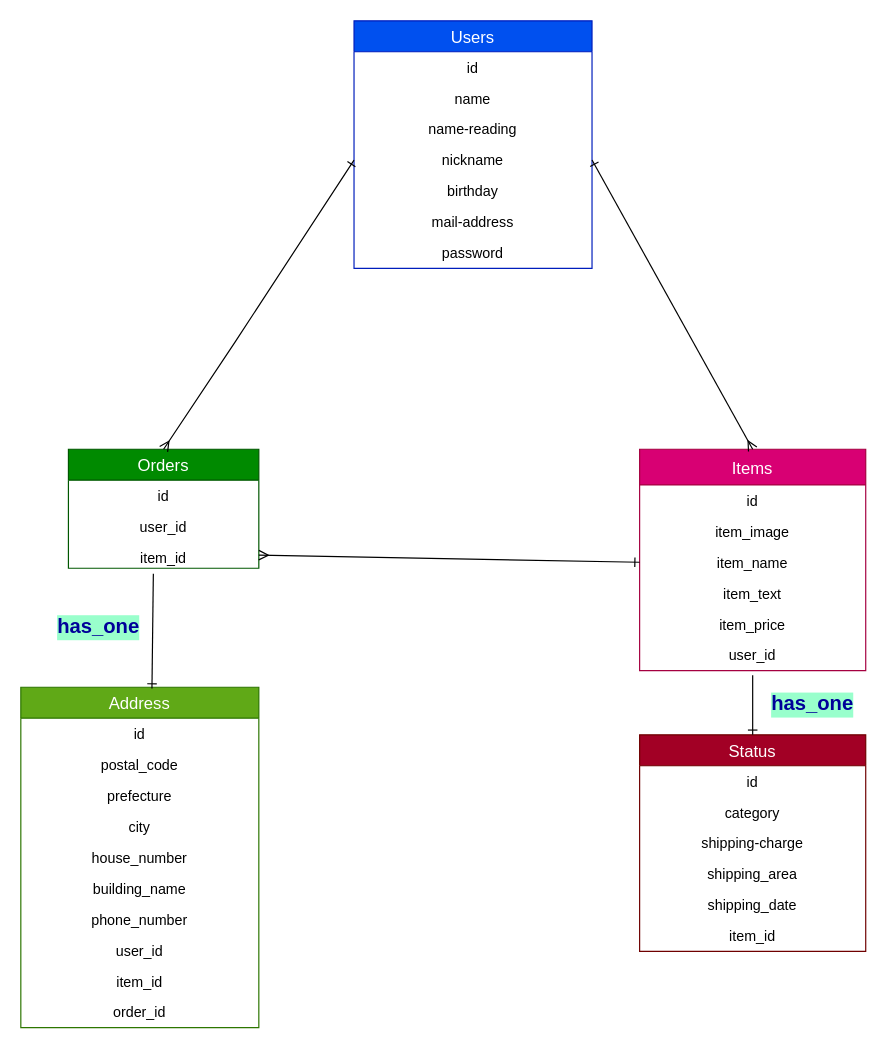
This is furima.dio from takechi-single/furima-29581, a draw.io file, before an edit. Source tidied: cells renumbered, new cells numbered last; positions are measured from the earlier drawing's top-left corner, leaving out a move shared by most shapes. Both pictures are drawn from the tidied source at 119%, with x=0, y=0 at pixel (20, 20).
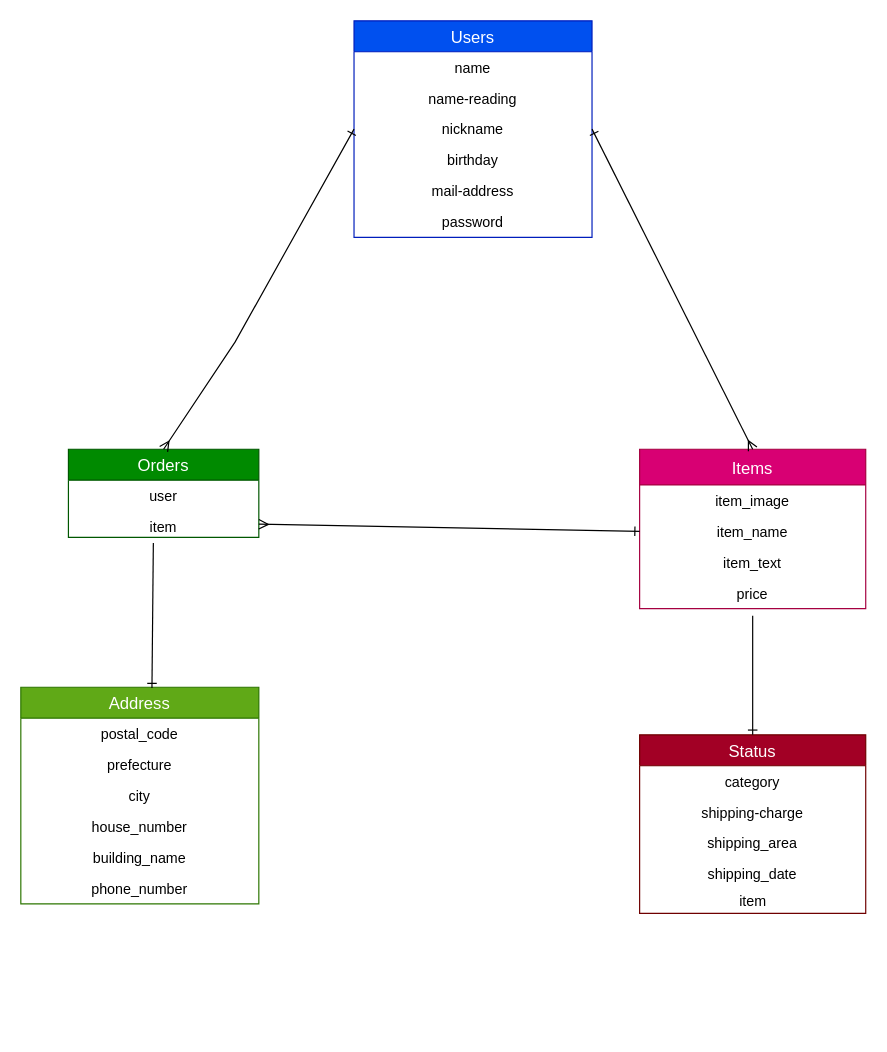
The same page after the edit.

Diff of the diagram source:
```diff
@@
     <mxCell id="2" value="Orders" style="swimlane;fontStyle=0;horizontal=1;startSize=26;align=center;fontSize=14;fillColor=#008a00;strokeColor=#005700;fontColor=#ffffff;" parent="1" vertex="1">
-      <mxGeometry x="40" y="360" width="160" height="100" as="geometry" />
+      <mxGeometry x="40" y="360" width="160" height="74" as="geometry" />
     </mxCell>
-    <mxCell id="3" value="id" style="text;strokeColor=none;fillColor=none;spacingLeft=4;spacingRight=4;overflow=hidden;fontSize=12;align=center;" parent="2" vertex="1">
-      <mxGeometry y="26" width="160" height="26" as="geometry" />
-    </mxCell>
-    <mxCell id="4" value="user_id" style="text;strokeColor=none;fillColor=none;spacingLeft=4;spacingRight=4;overflow=hidden;fontSize=12;align=center;" parent="2" vertex="1">
-      <mxGeometry y="52" width="160" height="26" as="geometry" />
+    <mxCell id="4" value="user" style="text;strokeColor=none;fillColor=none;spacingLeft=4;spacingRight=4;overflow=hidden;fontSize=12;align=center;" parent="2" vertex="1">
+      <mxGeometry y="26" width="160" height="26" as="geometry" />
     </mxCell>
-    <mxCell id="5" value="item_id" style="text;strokeColor=none;fillColor=none;spacingLeft=4;spacingRight=4;overflow=hidden;points=[[0,0.5],[1,0.5]];portConstraint=eastwest;fontSize=12;align=center;" parent="2" vertex="1">
-      <mxGeometry y="78" width="160" height="22" as="geometry" />
+    <mxCell id="5" value="item" style="text;strokeColor=none;fillColor=none;spacingLeft=4;spacingRight=4;overflow=hidden;points=[[0,0.5],[1,0.5]];portConstraint=eastwest;fontSize=12;align=center;" parent="2" vertex="1">
+      <mxGeometry y="52" width="160" height="22" as="geometry" />
     </mxCell>
     <mxCell id="6" value="Status" style="swimlane;fontStyle=0;horizontal=1;startSize=26;align=center;fontSize=14;fillColor=#a20025;strokeColor=#6F0000;fontColor=#ffffff;" parent="1" vertex="1">
-      <mxGeometry x="520" y="600" width="190" height="182" as="geometry" />
+      <mxGeometry x="520" y="600" width="190" height="150" as="geometry" />
     </mxCell>
-    <mxCell id="7" value="id" style="text;strokeColor=none;fillColor=none;spacingLeft=4;spacingRight=4;overflow=hidden;fontSize=12;align=center;" parent="6" vertex="1">
-      <mxGeometry y="26" width="190" height="26" as="geometry" />
-    </mxCell>
     <mxCell id="8" value="category" style="text;strokeColor=none;fillColor=none;spacingLeft=4;spacingRight=4;overflow=hidden;fontSize=12;align=center;" parent="6" vertex="1">
-      <mxGeometry y="52" width="190" height="26" as="geometry" />
+      <mxGeometry y="26" width="190" height="26" as="geometry" />
     </mxCell>
     <mxCell id="9" value="shipping-charge" style="text;strokeColor=none;fillColor=none;spacingLeft=4;spacingRight=4;overflow=hidden;fontSize=12;align=center;" parent="6" vertex="1">
-      <mxGeometry y="78" width="190" height="26" as="geometry" />
+      <mxGeometry y="52" width="190" height="26" as="geometry" />
     </mxCell>
     <mxCell id="10" value="shipping_area" style="text;strokeColor=none;fillColor=none;spacingLeft=4;spacingRight=4;overflow=hidden;fontSize=12;align=center;" parent="6" vertex="1">
-      <mxGeometry y="104" width="190" height="26" as="geometry" />
+      <mxGeometry y="78" width="190" height="26" as="geometry" />
     </mxCell>
     <mxCell id="11" value="shipping_date" style="text;strokeColor=none;fillColor=none;spacingLeft=4;spacingRight=4;overflow=hidden;fontSize=12;align=center;" parent="6" vertex="1">
-      <mxGeometry y="130" width="190" height="26" as="geometry" />
+      <mxGeometry y="104" width="190" height="26" as="geometry" />
     </mxCell>
-    <mxCell id="12" value="item_id" style="text;strokeColor=none;fillColor=none;spacingLeft=4;spacingRight=4;overflow=hidden;fontSize=12;align=center;" parent="6" vertex="1">
-      <mxGeometry y="156" width="190" height="26" as="geometry" />
-    </mxCell>
+    <mxCell id="47" value="item" style="text;html=1;align=center;verticalAlign=middle;" parent="6" vertex="1">
+      <mxGeometry y="130" width="190" height="20" as="geometry" />
+    </mxCell>
     <mxCell id="13" value="Items" style="swimlane;fontStyle=0;horizontal=1;startSize=30;align=center;fontSize=14;fillColor=#d80073;strokeColor=#A50040;fontColor=#ffffff;" parent="1" vertex="1">
-      <mxGeometry x="520" y="360" width="190" height="186" as="geometry" />
+      <mxGeometry x="520" y="360" width="190" height="134" as="geometry" />
     </mxCell>
-    <mxCell id="14" value="id" style="text;strokeColor=none;fillColor=none;spacingLeft=4;spacingRight=4;overflow=hidden;fontSize=12;align=center;" parent="13" vertex="1">
-      <mxGeometry y="30" width="190" height="26" as="geometry" />
-    </mxCell>
     <mxCell id="15" value="item_image" style="text;strokeColor=none;fillColor=none;spacingLeft=4;spacingRight=4;overflow=hidden;fontSize=12;align=center;" parent="13" vertex="1">
-      <mxGeometry y="56" width="190" height="26" as="geometry" />
+      <mxGeometry y="30" width="190" height="26" as="geometry" />
     </mxCell>
     <mxCell id="16" value="item_name" style="text;strokeColor=none;fillColor=none;spacingLeft=4;spacingRight=4;overflow=hidden;points=[[0,0.5],[1,0.5]];portConstraint=eastwest;fontSize=12;align=center;" parent="13" vertex="1">
-      <mxGeometry y="82" width="190" height="26" as="geometry" />
+      <mxGeometry y="56" width="190" height="26" as="geometry" />
     </mxCell>
     <mxCell id="17" value="item_text" style="text;strokeColor=none;fillColor=none;spacingLeft=4;spacingRight=4;overflow=hidden;fontSize=12;align=center;" parent="13" vertex="1">
-      <mxGeometry y="108" width="190" height="26" as="geometry" />
+      <mxGeometry y="82" width="190" height="26" as="geometry" />
     </mxCell>
-    <mxCell id="18" value="item_price" style="text;strokeColor=none;fillColor=none;spacingLeft=4;spacingRight=4;overflow=hidden;points=[[0,0.5],[1,0.5]];portConstraint=eastwest;fontSize=12;align=center;" parent="13" vertex="1">
-      <mxGeometry y="134" width="190" height="26" as="geometry" />
+    <mxCell id="18" value="price" style="text;strokeColor=none;fillColor=none;spacingLeft=4;spacingRight=4;overflow=hidden;points=[[0,0.5],[1,0.5]];portConstraint=eastwest;fontSize=12;align=center;" parent="13" vertex="1">
+      <mxGeometry y="108" width="190" height="26" as="geometry" />
     </mxCell>
-    <mxCell id="19" value="user_id" style="text;strokeColor=none;fillColor=none;spacingLeft=4;spacingRight=4;overflow=hidden;fontSize=12;align=center;" parent="13" vertex="1">
-      <mxGeometry y="160" width="190" height="26" as="geometry" />
-    </mxCell>
     <mxCell id="20" value="Users" style="swimlane;fontStyle=0;horizontal=1;startSize=26;align=center;fontSize=14;fillColor=#0050ef;strokeColor=#001DBC;fontColor=#ffffff;" parent="1" vertex="1">
-      <mxGeometry x="280" width="200" height="208" as="geometry" />
+      <mxGeometry x="280" width="200" height="182" as="geometry" />
     </mxCell>
-    <mxCell id="21" value="id" style="text;strokeColor=none;fillColor=none;spacingLeft=4;spacingRight=4;overflow=hidden;fontSize=12;align=center;" parent="20" vertex="1">
-      <mxGeometry y="26" width="200" height="26" as="geometry" />
-    </mxCell>
     <mxCell id="22" value="name" style="text;strokeColor=none;fillColor=none;spacingLeft=4;spacingRight=4;overflow=hidden;fontSize=12;align=center;" parent="20" vertex="1">
-      <mxGeometry y="52" width="200" height="26" as="geometry" />
+      <mxGeometry y="26" width="200" height="26" as="geometry" />
     </mxCell>
     <mxCell id="23" value="name-reading" style="text;strokeColor=none;fillColor=none;spacingLeft=4;spacingRight=4;overflow=hidden;fontSize=12;align=center;" parent="20" vertex="1">
-      <mxGeometry y="78" width="200" height="26" as="geometry" />
+      <mxGeometry y="52" width="200" height="26" as="geometry" />
     </mxCell>
     <mxCell id="24" value="nickname" style="text;strokeColor=none;fillColor=none;spacingLeft=4;spacingRight=4;overflow=hidden;points=[[0,0.5],[1,0.5]];portConstraint=eastwest;fontSize=12;align=center;" parent="20" vertex="1">
-      <mxGeometry y="104" width="200" height="26" as="geometry" />
+      <mxGeometry y="78" width="200" height="26" as="geometry" />
     </mxCell>
     <mxCell id="25" value="birthday" style="text;strokeColor=none;fillColor=none;spacingLeft=4;spacingRight=4;overflow=hidden;fontSize=12;align=center;" parent="20" vertex="1">
-      <mxGeometry y="130" width="200" height="26" as="geometry" />
+      <mxGeometry y="104" width="200" height="26" as="geometry" />
     </mxCell>
     <mxCell id="26" value="mail-address" style="text;strokeColor=none;fillColor=none;spacingLeft=4;spacingRight=4;overflow=hidden;fontSize=12;align=center;" parent="20" vertex="1">
-      <mxGeometry y="156" width="200" height="26" as="geometry" />
+      <mxGeometry y="130" width="200" height="26" as="geometry" />
     </mxCell>
     <mxCell id="27" value="password" style="text;strokeColor=none;fillColor=none;spacingLeft=4;spacingRight=4;overflow=hidden;fontSize=12;align=center;" parent="20" vertex="1">
-      <mxGeometry y="182" width="200" height="26" as="geometry" />
+      <mxGeometry y="156" width="200" height="26" as="geometry" />
     </mxCell>
     <mxCell id="28" value="Address" style="swimlane;fontStyle=0;horizontal=1;startSize=26;align=center;fontSize=14;fillColor=#60a917;strokeColor=#2D7600;fontColor=#ffffff;" parent="1" vertex="1">
-      <mxGeometry y="560" width="200" height="286" as="geometry" />
+      <mxGeometry y="560" width="200" height="182" as="geometry" />
     </mxCell>
-    <mxCell id="29" value="id" style="text;strokeColor=none;fillColor=none;spacingLeft=4;spacingRight=4;overflow=hidden;fontSize=12;align=center;" parent="28" vertex="1">
-      <mxGeometry y="26" width="200" height="26" as="geometry" />
-    </mxCell>
     <mxCell id="30" value="postal_code" style="text;strokeColor=none;fillColor=none;spacingLeft=4;spacingRight=4;overflow=hidden;fontSize=12;align=center;" parent="28" vertex="1">
-      <mxGeometry y="52" width="200" height="26" as="geometry" />
+      <mxGeometry y="26" width="200" height="26" as="geometry" />
     </mxCell>
     <mxCell id="31" value="prefecture" style="text;strokeColor=none;fillColor=none;spacingLeft=4;spacingRight=4;overflow=hidden;fontSize=12;align=center;" parent="28" vertex="1">
-      <mxGeometry y="78" width="200" height="26" as="geometry" />
+      <mxGeometry y="52" width="200" height="26" as="geometry" />
     </mxCell>
     <mxCell id="32" value="city" style="text;strokeColor=none;fillColor=none;spacingLeft=4;spacingRight=4;overflow=hidden;fontSize=12;align=center;" parent="28" vertex="1">
-      <mxGeometry y="104" width="200" height="26" as="geometry" />
+      <mxGeometry y="78" width="200" height="26" as="geometry" />
     </mxCell>
     <mxCell id="33" value="house_number" style="text;strokeColor=none;fillColor=none;spacingLeft=4;spacingRight=4;overflow=hidden;fontSize=12;align=center;" parent="28" vertex="1">
-      <mxGeometry y="130" width="200" height="26" as="geometry" />
+      <mxGeometry y="104" width="200" height="26" as="geometry" />
     </mxCell>
     <mxCell id="34" value="building_name" style="text;strokeColor=none;fillColor=none;spacingLeft=4;spacingRight=4;overflow=hidden;fontSize=12;align=center;" parent="28" vertex="1">
-      <mxGeometry y="156" width="200" height="26" as="geometry" />
+      <mxGeometry y="130" width="200" height="26" as="geometry" />
     </mxCell>
     <mxCell id="35" value="phone_number" style="text;strokeColor=none;fillColor=none;spacingLeft=4;spacingRight=4;overflow=hidden;fontSize=12;align=center;" parent="28" vertex="1">
-      <mxGeometry y="182" width="200" height="26" as="geometry" />
+      <mxGeometry y="156" width="200" height="26" as="geometry" />
     </mxCell>
-    <mxCell id="36" value="user_id" style="text;strokeColor=none;fillColor=none;spacingLeft=4;spacingRight=4;overflow=hidden;fontSize=12;align=center;" parent="28" vertex="1">
-      <mxGeometry y="208" width="200" height="26" as="geometry" />
-    </mxCell>
-    <mxCell id="37" value="item_id" style="text;strokeColor=none;fillColor=none;spacingLeft=4;spacingRight=4;overflow=hidden;fontSize=12;align=center;" parent="28" vertex="1">
-      <mxGeometry y="234" width="200" height="26" as="geometry" />
-    </mxCell>
-    <mxCell id="38" value="order_id" style="text;strokeColor=none;fillColor=none;spacingLeft=4;spacingRight=4;overflow=hidden;fontSize=12;align=center;" parent="28" vertex="1">
-      <mxGeometry y="260" width="200" height="26" as="geometry" />
-    </mxCell>
@@
-    <mxCell id="42" style="edgeStyle=none;rounded=0;jettySize=auto;html=1;entryX=0.5;entryY=0;entryDx=0;entryDy=0;endArrow=ERone;endFill=0;" parent="1" edge="1" target="6">
-      <mxGeometry relative="1" as="geometry">
-        <mxPoint x="615" y="550" as="sourcePoint" />
-      </mxGeometry>
+    <mxCell id="42" style="edgeStyle=none;rounded=0;jettySize=auto;html=1;entryX=0.5;entryY=0;entryDx=0;entryDy=0;endArrow=ERone;endFill=0;exitX=0.5;exitY=1.231;exitDx=0;exitDy=0;exitPerimeter=0;" parent="1" edge="1" source="18" target="6">
+      <mxGeometry relative="1" as="geometry" />
     </mxCell>
@@
-    <mxCell id="45" value="has_one" style="text;strokeColor=none;fillColor=none;html=1;fontSize=17;fontStyle=1;verticalAlign=middle;align=center;labelBackgroundColor=#99FFCC;fontColor=#000099;" parent="1" vertex="1">
-      <mxGeometry x="30" y="500" width="70" height="20" as="geometry" />
-    </mxCell>
-    <mxCell id="46" value="has_one" style="text;strokeColor=none;fillColor=none;html=1;fontSize=17;fontStyle=1;verticalAlign=middle;align=center;labelBackgroundColor=#99FFCC;fontColor=#000099;" parent="1" vertex="1">
-      <mxGeometry x="630" y="564.5" width="70" height="20" as="geometry" />
-    </mxCell>
```
